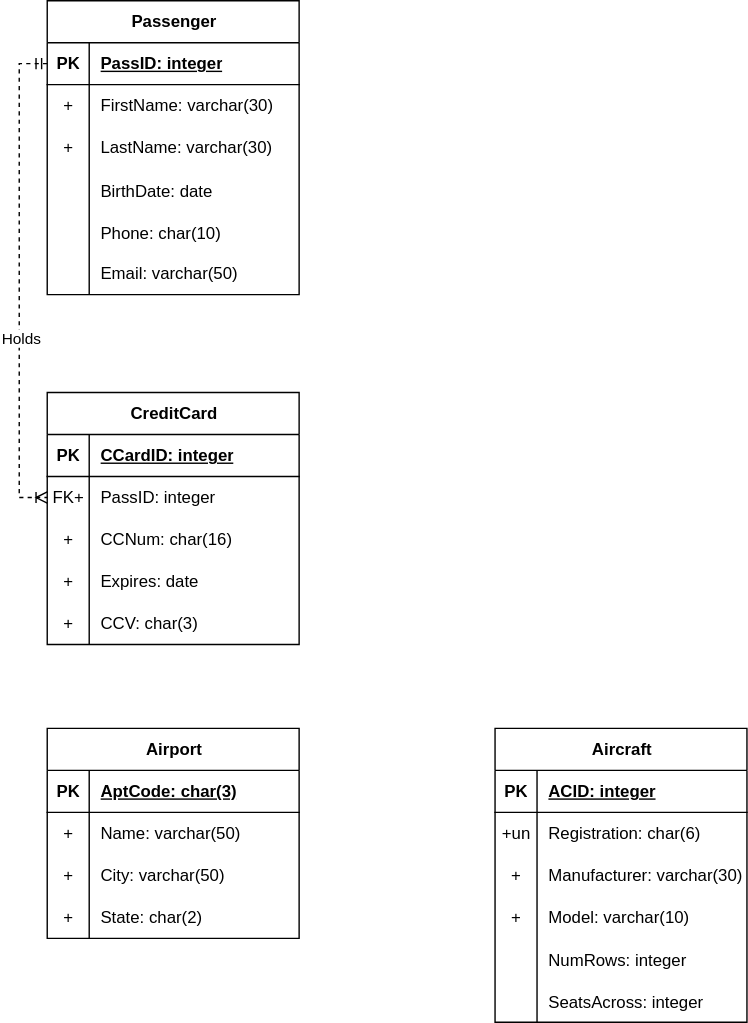
Before: grasshopper.svg, a diagram exported from draw.io (phbrownacmorg/csc305fa25). Source tidied: cells renumbered, new cells last; positions are measured from the earlier drawing's top-left corner, leaving out a move shared by most shapes.
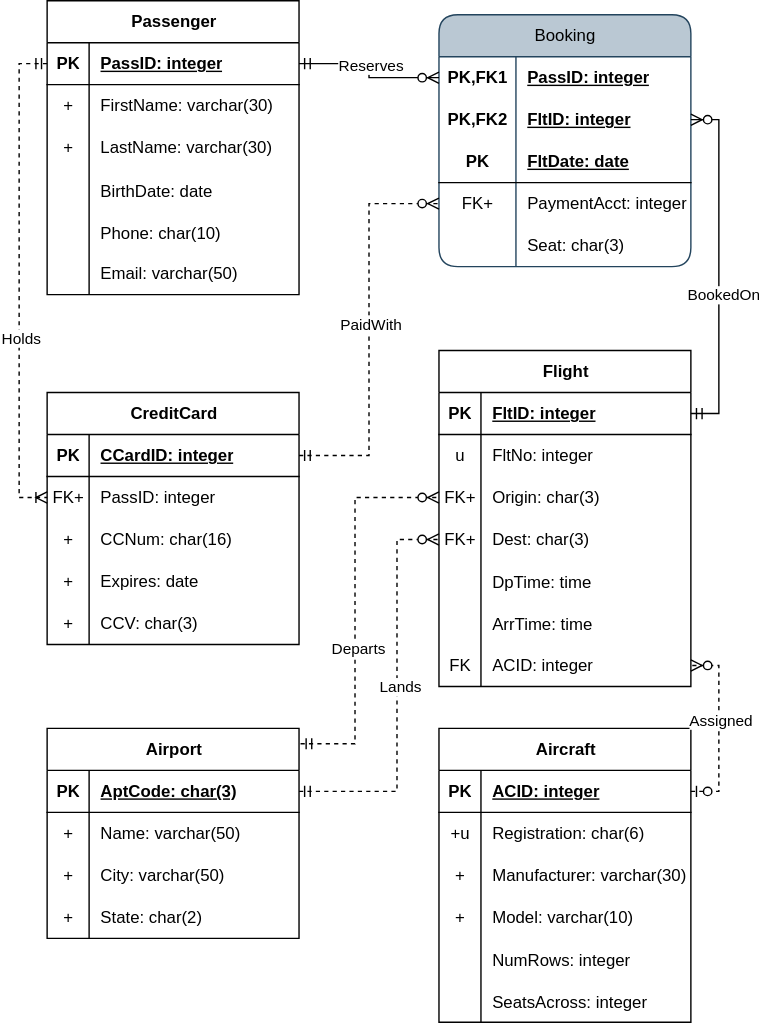
Above is the later version.

Commit message:
COmplete grassshopper ERD

Diff of the diagram source:
```diff
@@ -159,7 +159,7 @@
       <mxGeometry x="30" width="150" height="30" as="geometry" />
     </mxCell>
     <mxCell id="52" value="Aircraft" style="shape=table;startSize=30;rowLines=0;fontStyle=1;align=center;html=1;" parent="1" vertex="1">
-      <mxGeometry x="340" y="520" width="180" height="210" as="geometry" />
+      <mxGeometry x="300" y="520" width="180" height="210" as="geometry" />
     </mxCell>
     <mxCell id="53" style="shape=tableRow;horizontal=0;startSize=0;swimlaneHead=0;swimlaneBody=0;fillColor=none;points=[[0,0.5],[1,0.5]];portConstraint=eastwest;top=0;left=0;right=0;bottom=1;" parent="52" vertex="1">
       <mxGeometry y="30" width="180" height="30" as="geometry" />
@@ -173,7 +173,7 @@
     <mxCell id="56" style="shape=tableRow;horizontal=0;startSize=0;swimlaneHead=0;swimlaneBody=0;fillColor=none;top=0;left=0;right=0;bottom=0;" parent="52" vertex="1">
       <mxGeometry y="60" width="180" height="30" as="geometry" />
     </mxCell>
-    <mxCell id="57" value="+un" style="shape=partialRectangle;fillColor=none;top=0;left=0;bottom=0;right=0;overflow=hidden;whiteSpace=wrap;html=1;" parent="56" vertex="1">
+    <mxCell id="57" value="+u" style="shape=partialRectangle;fillColor=none;top=0;left=0;bottom=0;right=0;overflow=hidden;whiteSpace=wrap;html=1;" parent="56" vertex="1">
       <mxGeometry width="30" height="30" as="geometry" />
     </mxCell>
     <mxCell id="58" value="Registration: char(6)" style="shape=partialRectangle;fillColor=none;top=0;left=0;bottom=0;right=0;align=left;spacingLeft=6;overflow=hidden;whiteSpace=wrap;html=1;" parent="56" vertex="1">
@@ -215,5 +215,179 @@
     <mxCell id="70" value="SeatsAcross: integer" style="shape=partialRectangle;fillColor=none;top=0;left=0;bottom=0;right=0;align=left;spacingLeft=6;overflow=hidden;" parent="68" vertex="1">
       <mxGeometry x="30" width="150" height="30" as="geometry" />
     </mxCell>
+    <mxCell id="71" value="Flight" style="shape=table;startSize=30;rowLines=0;fontStyle=1;align=center;html=1;" parent="1" vertex="1">
+      <mxGeometry x="300" y="250" width="180" height="240" as="geometry" />
+    </mxCell>
+    <mxCell id="72" style="shape=tableRow;horizontal=0;startSize=0;swimlaneHead=0;swimlaneBody=0;fillColor=none;points=[[0,0.5],[1,0.5]];portConstraint=eastwest;top=0;left=0;right=0;bottom=1;" parent="71" vertex="1">
+      <mxGeometry y="30" width="180" height="30" as="geometry" />
+    </mxCell>
+    <mxCell id="73" value="PK" style="shape=partialRectangle;fillColor=none;top=0;left=0;bottom=0;right=0;fontStyle=1;overflow=hidden;whiteSpace=wrap;html=1;" parent="72" vertex="1">
+      <mxGeometry width="30" height="30" as="geometry" />
+    </mxCell>
+    <mxCell id="74" value="FltID: integer" style="shape=partialRectangle;fillColor=none;top=0;left=0;bottom=0;right=0;align=left;spacingLeft=6;fontStyle=5;overflow=hidden;whiteSpace=wrap;html=1;" parent="72" vertex="1">
+      <mxGeometry x="30" width="150" height="30" as="geometry" />
+    </mxCell>
+    <mxCell id="75" style="shape=tableRow;horizontal=0;startSize=0;swimlaneHead=0;swimlaneBody=0;fillColor=none;top=0;left=0;right=0;bottom=0;" parent="71" vertex="1">
+      <mxGeometry y="60" width="180" height="30" as="geometry" />
+    </mxCell>
+    <mxCell id="76" value="u" style="shape=partialRectangle;fillColor=none;top=0;left=0;bottom=0;right=0;overflow=hidden;whiteSpace=wrap;html=1;" parent="75" vertex="1">
+      <mxGeometry width="30" height="30" as="geometry" />
+    </mxCell>
+    <mxCell id="77" value="FltNo: integer" style="shape=partialRectangle;fillColor=none;top=0;left=0;bottom=0;right=0;align=left;spacingLeft=6;overflow=hidden;whiteSpace=wrap;html=1;" parent="75" vertex="1">
+      <mxGeometry x="30" width="150" height="30" as="geometry" />
+    </mxCell>
+    <mxCell id="78" style="shape=tableRow;horizontal=0;startSize=0;swimlaneHead=0;swimlaneBody=0;fillColor=none;points=[[0,0.5],[1,0.5]];portConstraint=eastwest;top=0;left=0;right=0;bottom=0;" parent="71" vertex="1">
+      <mxGeometry y="90" width="180" height="30" as="geometry" />
+    </mxCell>
+    <mxCell id="79" value="FK+" style="shape=partialRectangle;fillColor=none;top=0;left=0;bottom=0;right=0;overflow=hidden;whiteSpace=wrap;html=1;" parent="78" vertex="1">
+      <mxGeometry width="30" height="30" as="geometry" />
+    </mxCell>
+    <mxCell id="80" value="Origin: char(3)" style="shape=partialRectangle;fillColor=none;top=0;left=0;bottom=0;right=0;align=left;spacingLeft=6;overflow=hidden;whiteSpace=wrap;html=1;" parent="78" vertex="1">
+      <mxGeometry x="30" width="150" height="30" as="geometry" />
+    </mxCell>
+    <mxCell id="81" style="shape=tableRow;horizontal=0;startSize=0;swimlaneHead=0;swimlaneBody=0;fillColor=none;points=[[0,0.5],[1,0.5]];portConstraint=eastwest;top=0;left=0;right=0;bottom=0;" parent="71" vertex="1">
+      <mxGeometry y="120" width="180" height="30" as="geometry" />
+    </mxCell>
+    <mxCell id="82" value="FK+" style="shape=partialRectangle;fillColor=none;top=0;left=0;bottom=0;right=0;overflow=hidden;whiteSpace=wrap;html=1;" parent="81" vertex="1">
+      <mxGeometry width="30" height="30" as="geometry" />
+    </mxCell>
+    <mxCell id="83" value="Dest: char(3)" style="shape=partialRectangle;fillColor=none;top=0;left=0;bottom=0;right=0;align=left;spacingLeft=6;overflow=hidden;whiteSpace=wrap;html=1;" parent="81" vertex="1">
+      <mxGeometry x="30" width="150" height="30" as="geometry" />
+    </mxCell>
+    <mxCell id="84" style="shape=tableRow;horizontal=0;startSize=0;swimlaneHead=0;swimlaneBody=0;fillColor=none;top=0;left=0;right=0;bottom=0;" parent="71" vertex="1">
+      <mxGeometry y="150" width="180" height="30" as="geometry" />
+    </mxCell>
+    <mxCell id="85" style="shape=partialRectangle;fillColor=none;top=0;left=0;bottom=0;right=0;overflow=hidden;" parent="84" vertex="1">
+      <mxGeometry width="30" height="30" as="geometry" />
+    </mxCell>
+    <mxCell id="86" value="DpTime: time" style="shape=partialRectangle;fillColor=none;top=0;left=0;bottom=0;right=0;align=left;spacingLeft=6;overflow=hidden;" parent="84" vertex="1">
+      <mxGeometry x="30" width="150" height="30" as="geometry" />
+    </mxCell>
+    <mxCell id="87" style="shape=tableRow;horizontal=0;startSize=0;swimlaneHead=0;swimlaneBody=0;fillColor=none;top=0;left=0;right=0;bottom=0;" parent="71" vertex="1">
+      <mxGeometry y="180" width="180" height="30" as="geometry" />
+    </mxCell>
+    <mxCell id="88" style="shape=partialRectangle;fillColor=none;top=0;left=0;bottom=0;right=0;overflow=hidden;" parent="87" vertex="1">
+      <mxGeometry width="30" height="30" as="geometry" />
+    </mxCell>
+    <mxCell id="89" value="ArrTime: time" style="shape=partialRectangle;fillColor=none;top=0;left=0;bottom=0;right=0;align=left;spacingLeft=6;overflow=hidden;" parent="87" vertex="1">
+      <mxGeometry x="30" width="150" height="30" as="geometry" />
+    </mxCell>
+    <mxCell id="90" style="shape=tableRow;horizontal=0;startSize=0;swimlaneHead=0;swimlaneBody=0;fillColor=none;points=[[0,0.5],[1,0.5]];portConstraint=eastwest;top=0;left=0;right=0;bottom=0;" parent="71" vertex="1">
+      <mxGeometry y="210" width="180" height="30" as="geometry" />
+    </mxCell>
+    <mxCell id="91" value="FK" style="shape=partialRectangle;fillColor=none;top=0;left=0;bottom=0;right=0;fontStyle=0;overflow=hidden;whiteSpace=wrap;html=1;" parent="90" vertex="1">
+      <mxGeometry width="30" height="30" as="geometry" />
+    </mxCell>
+    <mxCell id="92" value="ACID: integer" style="shape=partialRectangle;fillColor=none;top=0;left=0;bottom=0;right=0;align=left;spacingLeft=6;fontStyle=0;overflow=hidden;whiteSpace=wrap;html=1;" parent="90" vertex="1">
+      <mxGeometry x="30" width="150" height="30" as="geometry" />
+    </mxCell>
+    <mxCell id="93" style="edgeStyle=elbowEdgeStyle;fontSize=12;html=1;endArrow=ERzeroToMany;startArrow=ERzeroToOne;rounded=0;exitX=1;exitY=0.5;exitDx=0;exitDy=0;entryX=1;entryY=0.5;entryDx=0;entryDy=0;dashed=1;" parent="1" edge="1" source="53" target="90">
+      <mxGeometry relative="1" as="geometry">
+        <Array as="points">
+          <mxPoint x="500" y="500" />
+        </Array>
+      </mxGeometry>
+    </mxCell>
+    <mxCell id="94" value="Assigned" style="edgeLabel;html=1;align=center;verticalAlign=middle;" parent="93" vertex="1">
+      <mxGeometry x="0.11" relative="1" as="geometry" />
+    </mxCell>
+    <mxCell id="95" style="edgeStyle=elbowEdgeStyle;fontSize=12;html=1;endArrow=ERzeroToMany;startArrow=ERmandOne;rounded=0;entryX=0;entryY=0.5;entryDx=0;entryDy=0;exitX=1;exitY=0.5;exitDx=0;exitDy=0;dashed=1;" parent="1" edge="1" source="40" target="81">
+      <mxGeometry relative="1" as="geometry">
+        <Array as="points">
+          <mxPoint x="270" y="480" />
+        </Array>
+      </mxGeometry>
+    </mxCell>
+    <mxCell id="96" value="Lands" style="edgeLabel;html=1;align=center;verticalAlign=middle;" parent="95" vertex="1">
+      <mxGeometry x="0.15" y="-1" relative="1" as="geometry">
+        <mxPoint y="14" as="offset" />
+      </mxGeometry>
+    </mxCell>
+    <mxCell id="97" style="edgeStyle=elbowEdgeStyle;fontSize=12;html=1;endArrow=ERzeroToMany;startArrow=ERmandOne;rounded=0;entryX=0;entryY=0.5;entryDx=0;entryDy=0;exitX=1.006;exitY=0.073;exitDx=0;exitDy=0;exitPerimeter=0;dashed=1;" parent="1" edge="1" source="39" target="78">
+      <mxGeometry relative="1" as="geometry">
+        <Array as="points">
+          <mxPoint x="240" y="450" />
+        </Array>
+      </mxGeometry>
+    </mxCell>
+    <mxCell id="98" value="Departs" style="edgeLabel;html=1;align=center;verticalAlign=middle;" parent="97" vertex="1">
+      <mxGeometry x="-0.25" y="-1" relative="1" as="geometry">
+        <mxPoint y="-4" as="offset" />
+      </mxGeometry>
+    </mxCell>
+    <mxCell id="99" value="&lt;span style=&quot;font-weight: normal;&quot;&gt;Booking&lt;/span&gt;" style="shape=table;startSize=30;rowLines=0;fontStyle=1;align=center;html=1;whiteSpace=wrap;rounded=1;fillColor=#bac8d3;strokeColor=#23445d;" parent="1" vertex="1">
+      <mxGeometry x="300" y="10" width="180" height="180" as="geometry" />
+    </mxCell>
+    <mxCell id="100" style="shape=tableRow;horizontal=0;startSize=0;swimlaneHead=0;swimlaneBody=0;fillColor=none;points=[[0,0.5],[1,0.5]];portConstraint=eastwest;top=0;left=0;right=0;bottom=0;html=1;" parent="99" vertex="1">
+      <mxGeometry y="30" width="180" height="30" as="geometry" />
+    </mxCell>
+    <mxCell id="101" value="PK,FK1" style="shape=partialRectangle;fillColor=none;top=0;left=0;bottom=0;right=0;fontStyle=1;overflow=hidden;html=1;whiteSpace=wrap;" parent="100" vertex="1">
+      <mxGeometry width="55" height="30" as="geometry" />
+    </mxCell>
+    <mxCell id="102" value="PassID: integer" style="shape=partialRectangle;fillColor=none;top=0;left=0;bottom=0;right=0;align=left;spacingLeft=6;fontStyle=5;overflow=hidden;html=1;whiteSpace=wrap;" parent="100" vertex="1">
+      <mxGeometry x="55" width="125" height="30" as="geometry" />
+    </mxCell>
+    <mxCell id="103" style="shape=tableRow;horizontal=0;startSize=0;swimlaneHead=0;swimlaneBody=0;fillColor=none;points=[[0,0.5],[1,0.5]];portConstraint=eastwest;top=0;left=0;right=0;bottom=0;" parent="99" vertex="1">
+      <mxGeometry y="60" width="180" height="30" as="geometry" />
+    </mxCell>
+    <mxCell id="104" value="&lt;b&gt;PK,FK2&lt;/b&gt;" style="shape=partialRectangle;fillColor=none;top=0;left=0;bottom=0;right=0;fontStyle=0;overflow=hidden;whiteSpace=wrap;html=1;" parent="103" vertex="1">
+      <mxGeometry width="55" height="30" as="geometry" />
+    </mxCell>
+    <mxCell id="105" value="&lt;b&gt;&lt;u&gt;FltID: integer&lt;/u&gt;&lt;/b&gt;" style="shape=partialRectangle;fillColor=none;top=0;left=0;bottom=0;right=0;align=left;spacingLeft=6;fontStyle=0;overflow=hidden;whiteSpace=wrap;html=1;" parent="103" vertex="1">
+      <mxGeometry x="55" width="125" height="30" as="geometry" />
+    </mxCell>
+    <mxCell id="106" style="shape=tableRow;horizontal=0;startSize=0;swimlaneHead=0;swimlaneBody=0;fillColor=none;top=0;left=0;right=0;bottom=1;html=1;" parent="99" vertex="1">
+      <mxGeometry y="90" width="180" height="30" as="geometry" />
+    </mxCell>
+    <mxCell id="107" value="PK" style="shape=partialRectangle;fillColor=none;top=0;left=0;bottom=0;right=0;fontStyle=1;overflow=hidden;html=1;whiteSpace=wrap;" parent="106" vertex="1">
+      <mxGeometry width="55" height="30" as="geometry" />
+    </mxCell>
+    <mxCell id="108" value="FltDate: date" style="shape=partialRectangle;fillColor=none;top=0;left=0;bottom=0;right=0;align=left;spacingLeft=6;fontStyle=5;overflow=hidden;html=1;whiteSpace=wrap;" parent="106" vertex="1">
+      <mxGeometry x="55" width="125" height="30" as="geometry" />
+    </mxCell>
+    <mxCell id="109" style="shape=tableRow;horizontal=0;startSize=0;swimlaneHead=0;swimlaneBody=0;fillColor=none;points=[[0,0.5],[1,0.5]];portConstraint=eastwest;top=0;left=0;right=0;bottom=0;" parent="99" vertex="1">
+      <mxGeometry y="120" width="180" height="30" as="geometry" />
+    </mxCell>
+    <mxCell id="110" value="FK+" style="shape=partialRectangle;fillColor=none;top=0;left=0;bottom=0;right=0;fontStyle=0;overflow=hidden;whiteSpace=wrap;html=1;" parent="109" vertex="1">
+      <mxGeometry width="55" height="30" as="geometry" />
+    </mxCell>
+    <mxCell id="111" value="PaymentAcct: integer" style="shape=partialRectangle;fillColor=none;top=0;left=0;bottom=0;right=0;align=left;spacingLeft=6;fontStyle=0;overflow=hidden;whiteSpace=wrap;html=1;" parent="109" vertex="1">
+      <mxGeometry x="55" width="125" height="30" as="geometry" />
+    </mxCell>
+    <mxCell id="112" style="shape=tableRow;horizontal=0;startSize=0;swimlaneHead=0;swimlaneBody=0;fillColor=none;top=0;left=0;right=0;bottom=0;html=1;" parent="99" vertex="1">
+      <mxGeometry y="150" width="180" height="30" as="geometry" />
+    </mxCell>
+    <mxCell id="113" style="shape=partialRectangle;fillColor=none;top=0;left=0;bottom=0;right=0;overflow=hidden;html=1;whiteSpace=wrap;" parent="112" vertex="1">
+      <mxGeometry width="55" height="30" as="geometry" />
+    </mxCell>
+    <mxCell id="114" value="Seat: char(3)" style="shape=partialRectangle;fillColor=none;top=0;left=0;bottom=0;right=0;align=left;spacingLeft=6;overflow=hidden;html=1;whiteSpace=wrap;" parent="112" vertex="1">
+      <mxGeometry x="55" width="125" height="30" as="geometry" />
+    </mxCell>
+    <mxCell id="115" style="edgeStyle=elbowEdgeStyle;fontSize=12;html=1;endArrow=ERzeroToMany;startArrow=ERmandOne;rounded=0;exitX=1;exitY=0.5;exitDx=0;exitDy=0;entryX=1;entryY=0.5;entryDx=0;entryDy=0;" parent="1" edge="1" source="72" target="103">
+      <mxGeometry relative="1" as="geometry">
+        <Array as="points">
+          <mxPoint x="500" y="190" />
+        </Array>
+      </mxGeometry>
+    </mxCell>
+    <mxCell id="116" value="BookedOn" style="edgeLabel;html=1;align=center;verticalAlign=middle;" parent="115" vertex="1">
+      <mxGeometry x="-0.15" y="-2" relative="1" as="geometry" />
+    </mxCell>
+    <mxCell id="117" style="edgeStyle=elbowEdgeStyle;fontSize=12;html=1;endArrow=ERzeroToMany;startArrow=ERmandOne;rounded=0;entryX=0;entryY=0.5;entryDx=0;entryDy=0;exitX=1;exitY=0.5;exitDx=0;exitDy=0;" parent="1" edge="1" source="3" target="100">
+      <mxGeometry relative="1" as="geometry" />
+    </mxCell>
+    <mxCell id="118" value="Reserves" style="edgeLabel;html=1;align=center;verticalAlign=middle;" parent="117" vertex="1">
+      <mxGeometry x="-0.18" y="1" relative="1" as="geometry">
+        <mxPoint x="5" y="1" as="offset" />
+      </mxGeometry>
+    </mxCell>
+    <mxCell id="119" style="edgeStyle=elbowEdgeStyle;fontSize=12;html=1;endArrow=ERzeroToMany;startArrow=ERmandOne;rounded=0;entryX=0;entryY=0.5;entryDx=0;entryDy=0;exitX=1;exitY=0.5;exitDx=0;exitDy=0;elbow=horizontal;dashed=1;" parent="1" edge="1" source="22" target="109">
+      <mxGeometry relative="1" as="geometry" />
+    </mxCell>
+    <mxCell id="120" value="PaidWith" style="edgeLabel;html=1;align=center;verticalAlign=middle;" parent="119" vertex="1">
+      <mxGeometry x="0.17" relative="1" as="geometry">
+        <mxPoint y="19" as="offset" />
+      </mxGeometry>
+    </mxCell>
   </root>
 </mxGraphModel>
```
